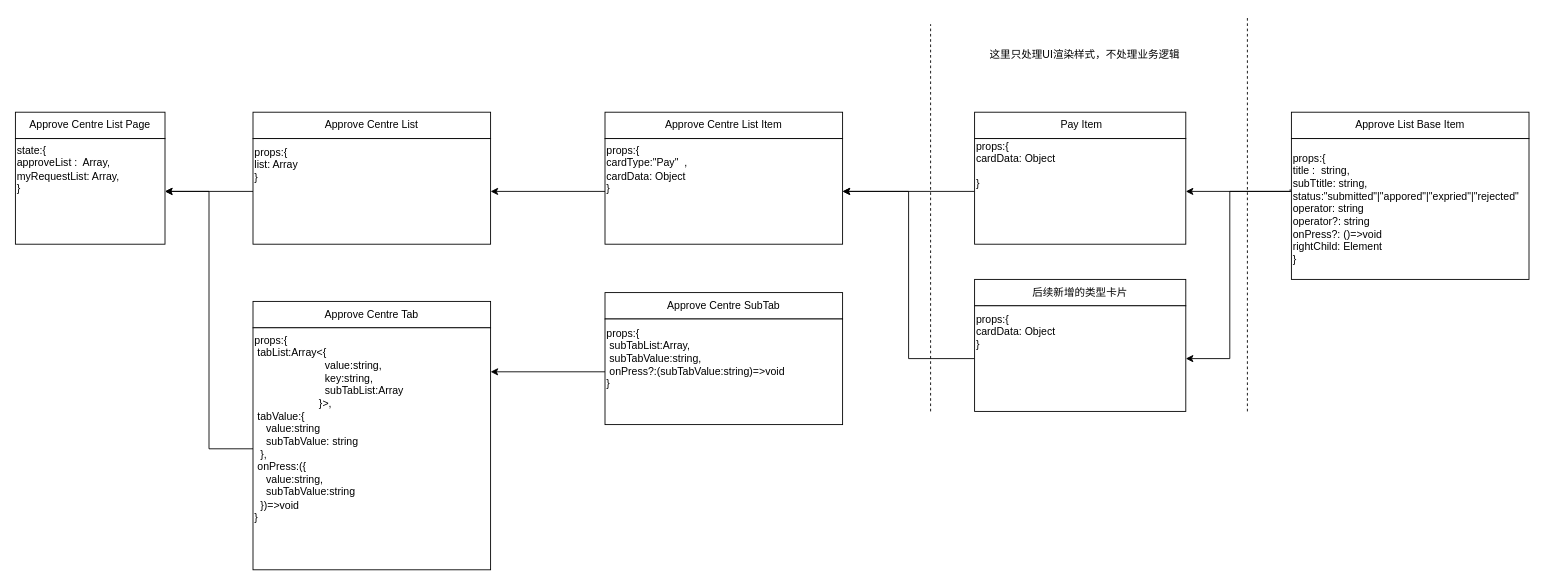
This is page "第 4 页" (4 of 5) of approveCentre.drawio from RexYao97/sfrex, a draw.io file, before an edit. Source tidied: cells renumbered, new cells numbered last; positions are measured from the earlier drawing's top-left corner, leaving out a move shared by most shapes. Both pictures are drawn from the tidied source at 88%, with x=0, y=0 at pixel (15, 15).
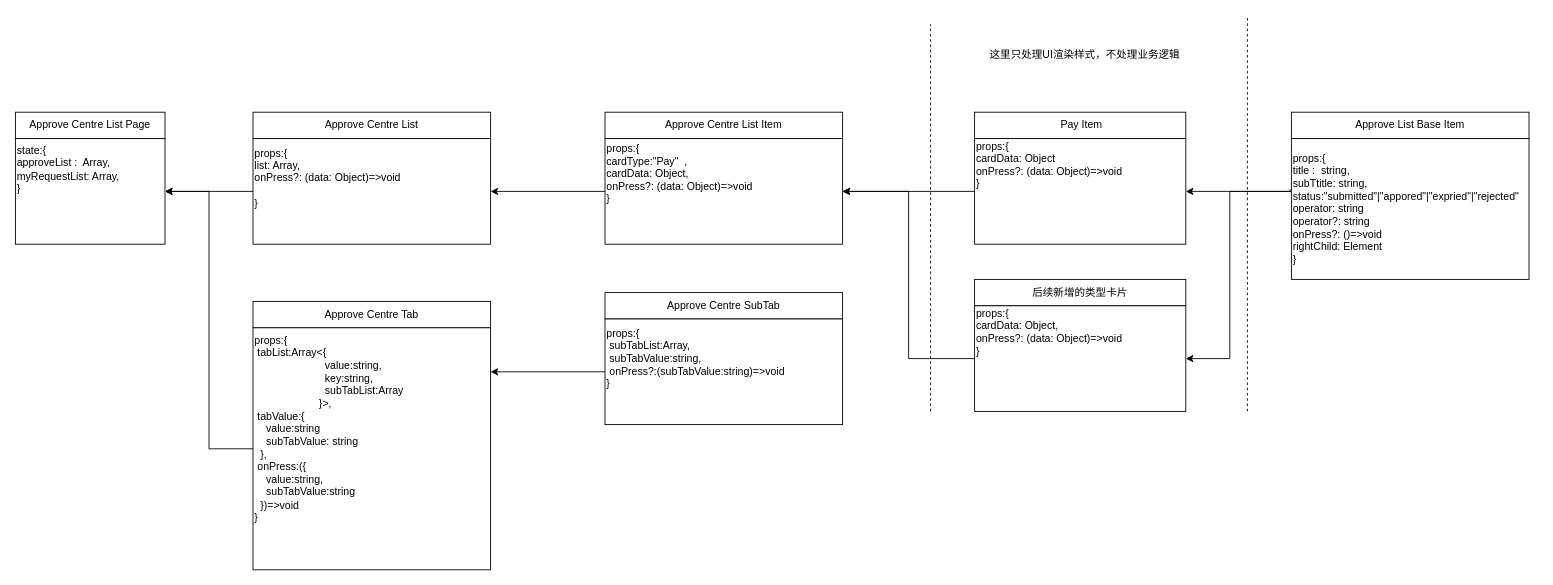
After the change.

Change to the diagram source:
```diff
@@
-    <mxCell id="19" value="props:{&lt;br&gt;list: Array&lt;br&gt;}" style="text;html=1;align=left;verticalAlign=middle;strokeColor=none;fillColor=none;" parent="1" vertex="1">
-      <mxGeometry x="270" y="140" width="70" height="60" as="geometry" />
+    <mxCell id="19" value="props:{&lt;br&gt;list: Array,&lt;br&gt;onPress?: (data: Object)=&amp;gt;void&lt;br style=&quot;border-color: var(--border-color);&quot;&gt;&lt;br&gt;}" style="text;html=1;align=left;verticalAlign=middle;strokeColor=none;fillColor=none;" parent="1" vertex="1">
+      <mxGeometry x="270" y="140" width="190" height="90" as="geometry" />
     </mxCell>
-    <mxCell id="20" value="props:{&lt;br&gt;cardType:&quot;Pay&quot;&amp;nbsp; ,&lt;br&gt;cardData: Object&lt;br&gt;}" style="text;html=1;align=left;verticalAlign=middle;strokeColor=none;fillColor=none;" parent="1" vertex="1">
-      <mxGeometry x="670" y="140" width="120" height="70" as="geometry" />
+    <mxCell id="20" value="props:{&lt;br&gt;cardType:&quot;Pay&quot;&amp;nbsp; ,&lt;br&gt;cardData: Object,&lt;br&gt;onPress?: (data: Object)=&amp;gt;void&lt;br&gt;}" style="text;html=1;align=left;verticalAlign=middle;strokeColor=none;fillColor=none;" parent="1" vertex="1">
+      <mxGeometry x="670" y="135" width="190" height="90" as="geometry" />
     </mxCell>
-    <mxCell id="21" value="props:{&lt;br&gt;cardData: Object&lt;br&gt;&lt;br&gt;}" style="text;html=1;align=left;verticalAlign=middle;strokeColor=none;fillColor=none;" parent="1" vertex="1">
-      <mxGeometry x="1090" y="135" width="110" height="70" as="geometry" />
+    <mxCell id="21" value="props:{&lt;br&gt;cardData: Object&lt;br&gt;onPress?: (data: Object)=&amp;gt;void&lt;br&gt;}" style="text;html=1;align=left;verticalAlign=middle;strokeColor=none;fillColor=none;" parent="1" vertex="1">
+      <mxGeometry x="1090" y="135" width="190" height="70" as="geometry" />
     </mxCell>
@@
-    <mxCell id="27" value="props:{&lt;br style=&quot;border-color: var(--border-color);&quot;&gt;cardData: Object&lt;br style=&quot;border-color: var(--border-color);&quot;&gt;}" style="text;html=1;align=left;verticalAlign=middle;strokeColor=none;fillColor=none;" parent="1" vertex="1">
-      <mxGeometry x="1090" y="330" width="110" height="60" as="geometry" />
+    <mxCell id="27" value="props:{&lt;br style=&quot;border-color: var(--border-color);&quot;&gt;cardData: Object,&lt;br&gt;onPress?: (data: Object)=&amp;gt;void&lt;br style=&quot;border-color: var(--border-color);&quot;&gt;}" style="text;html=1;align=left;verticalAlign=middle;strokeColor=none;fillColor=none;" parent="1" vertex="1">
+      <mxGeometry x="1090" y="325" width="190" height="70" as="geometry" />
     </mxCell>
```
